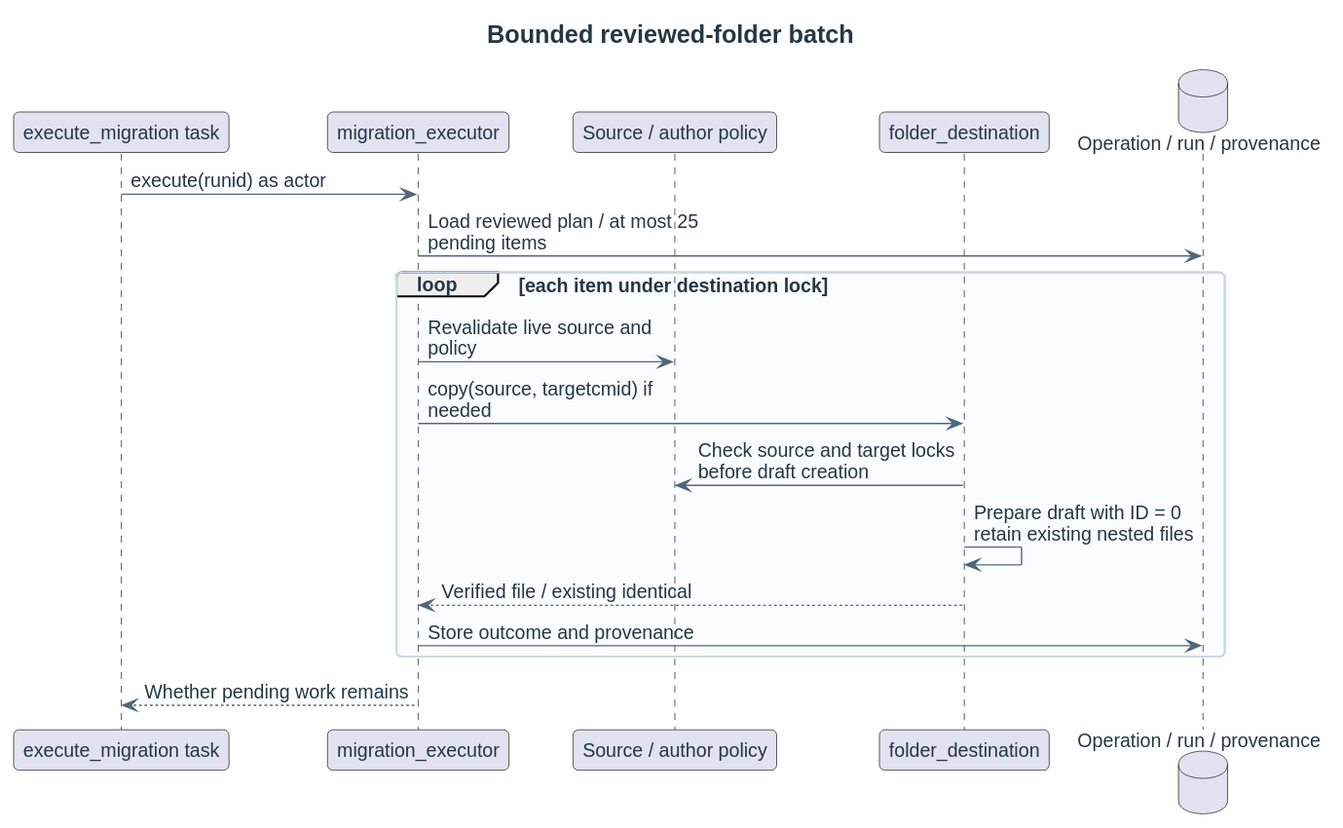
This is docs/diagrams/design/sequences/migration-batch.svg from didactika/moodle-local_coursefiles, a PlantUML export, as it was before one commit.
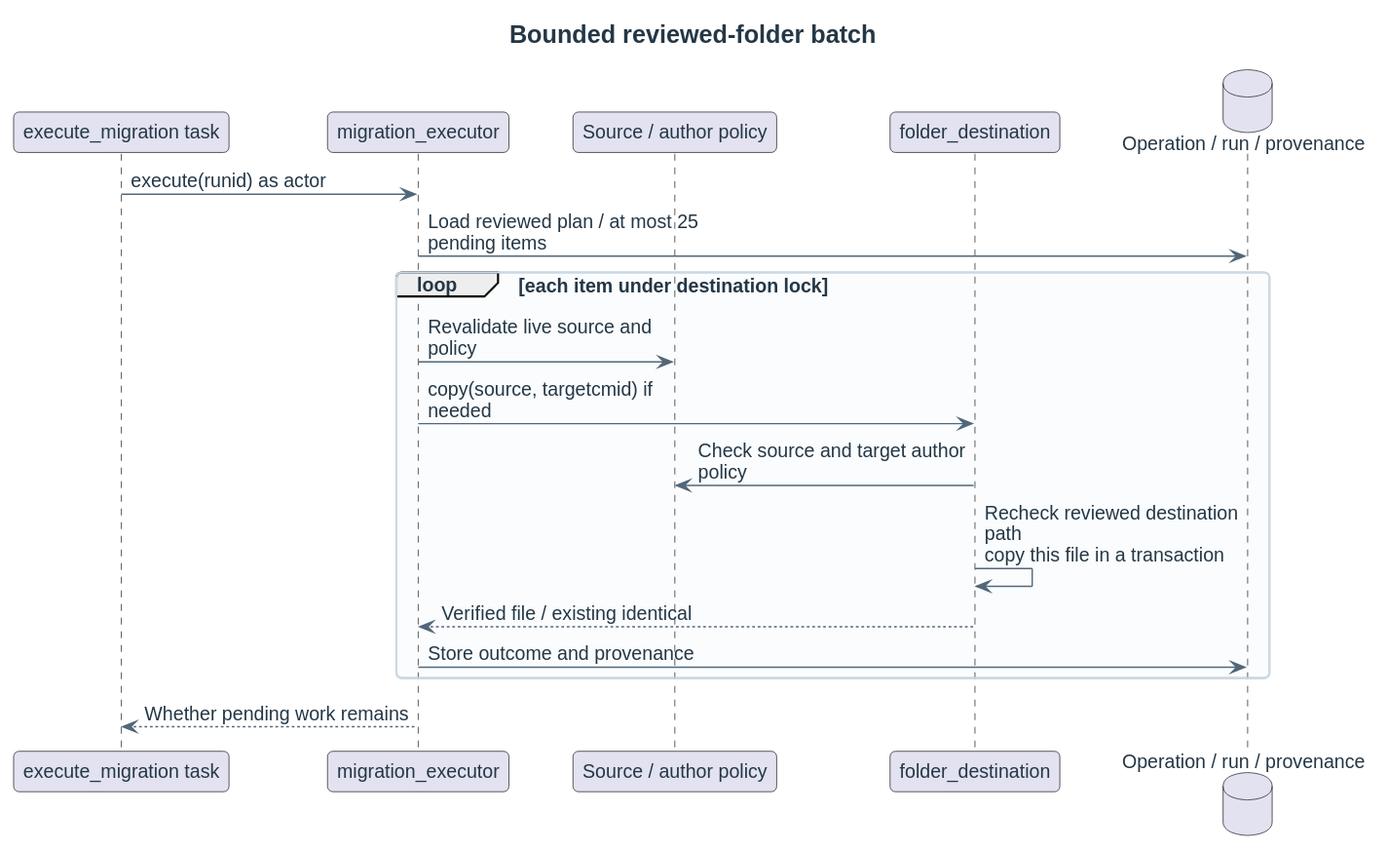
The same diagram one commit later.

What changed in the source:
```diff
@@ -12,8 +12,8 @@
 loop each item under destination lock
   Executor -> Policy : Revalidate live source and policy
   Executor -> Folder : copy(source, targetcmid) if needed
-  Folder -> Policy : Check source and target locks before draft creation
-  Folder -> Folder : Prepare draft with ID = 0\nretain existing nested files
+  Folder -> Policy : Check source and target author policy
+  Folder -> Folder : Recheck reviewed destination path\ncopy this file in a transaction
   Folder --> Executor : Verified file / existing identical
   Executor -> DB : Store outcome and provenance
 end
```
